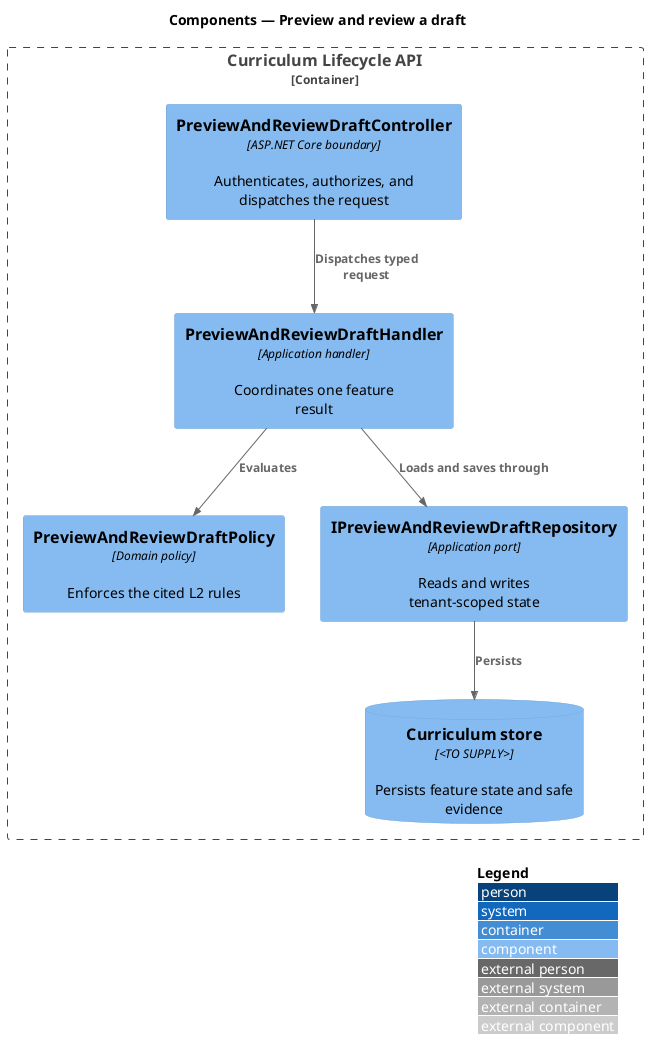
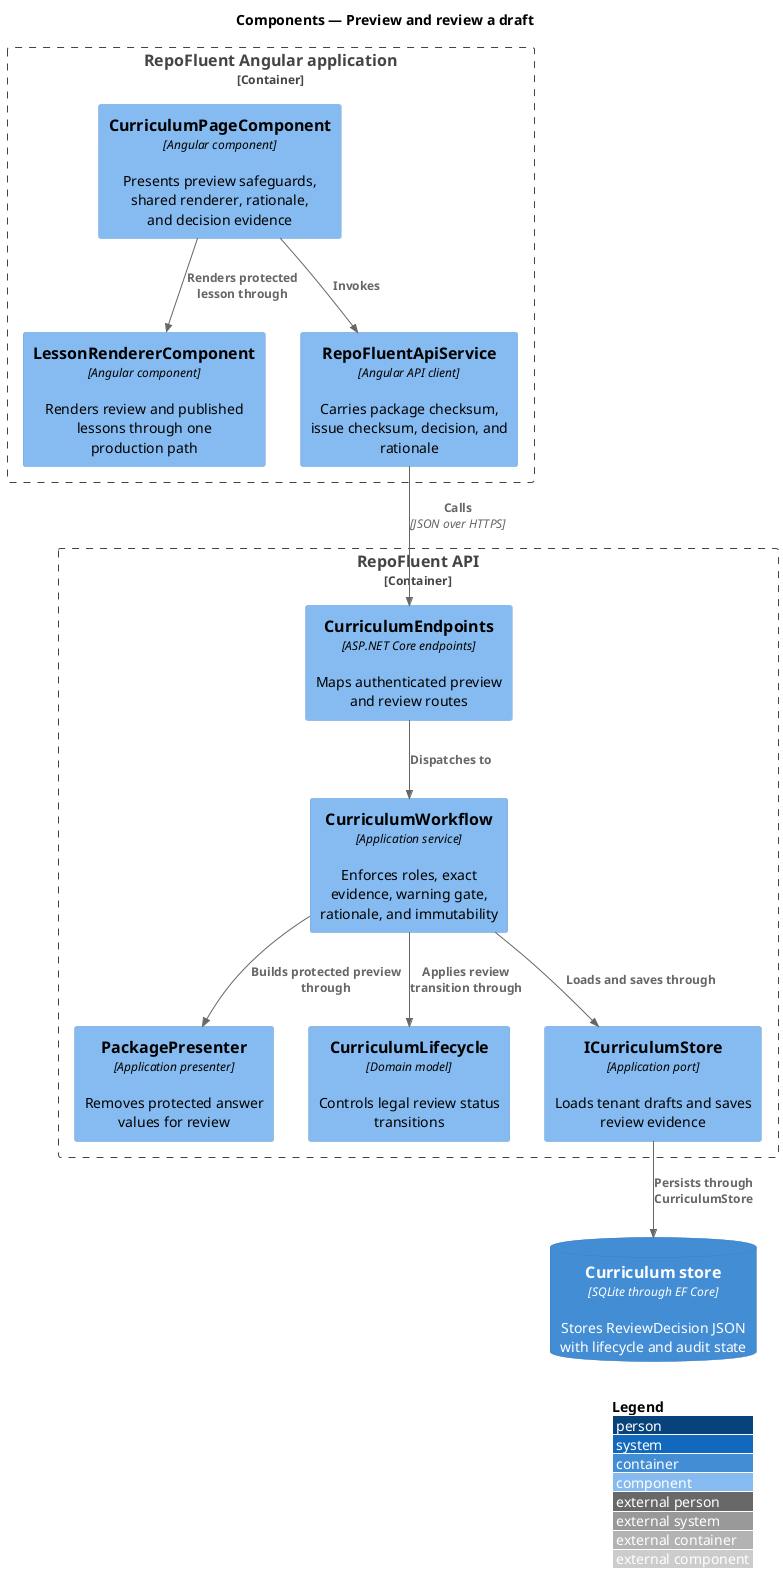
@startuml
!include <C4/C4_Component>
LAYOUT_WITH_LEGEND()
title Components — Preview and review a draft

- Container_Boundary(api, "Curriculum Lifecycle API") {
-   Component(controller, "PreviewAndReviewDraftController", "ASP.NET Core boundary", "Authenticates, authorizes, and dispatches the request")
-   Component(handler, "PreviewAndReviewDraftHandler", "Application handler", "Coordinates one feature result")
-   Component(policy, "PreviewAndReviewDraftPolicy", "Domain policy", "Enforces the cited L2 rules")
-   Component(repository, "IPreviewAndReviewDraftRepository", "Application port", "Reads and writes tenant-scoped state")
-   ComponentDb(store, "Curriculum store", "<TO SUPPLY>", "Persists feature state and safe evidence")
+ Container_Boundary(web, "RepoFluent Angular application") {
+   Component(page, "CurriculumPageComponent", "Angular component", "Presents preview safeguards, shared renderer, rationale, and decision evidence")
+   Component(renderer, "LessonRendererComponent", "Angular component", "Renders review and published lessons through one production path")
+   Component(client, "RepoFluentApiService", "Angular API client", "Carries package checksum, issue checksum, decision, and rationale")
}

- Rel(controller, handler, "Dispatches typed request")
- Rel(handler, policy, "Evaluates")
- Rel(handler, repository, "Loads and saves through")
- Rel(repository, store, "Persists")
+ Container_Boundary(api, "RepoFluent API") {
+   Component(endpoints, "CurriculumEndpoints", "ASP.NET Core endpoints", "Maps authenticated preview and review routes")
+   Component(workflow, "CurriculumWorkflow", "Application service", "Enforces roles, exact evidence, warning gate, rationale, and immutability")
+   Component(presenter, "PackagePresenter", "Application presenter", "Removes protected answer values for review")
+   Component(lifecycle, "CurriculumLifecycle", "Domain model", "Controls legal review status transitions")
+   Component(port, "ICurriculumStore", "Application port", "Loads tenant drafts and saves review evidence")
+ }
+ 
+ ContainerDb(store, "Curriculum store", "SQLite through EF Core", "Stores ReviewDecision JSON with lifecycle and audit state")
+ 
+ Rel(page, client, "Invokes")
+ Rel(page, renderer, "Renders protected lesson through")
+ Rel(client, endpoints, "Calls", "JSON over HTTPS")
+ Rel(endpoints, workflow, "Dispatches to")
+ Rel(workflow, presenter, "Builds protected preview through")
+ Rel(workflow, lifecycle, "Applies review transition through")
+ Rel(workflow, port, "Loads and saves through")
+ Rel(port, store, "Persists through CurriculumStore")
@enduml
